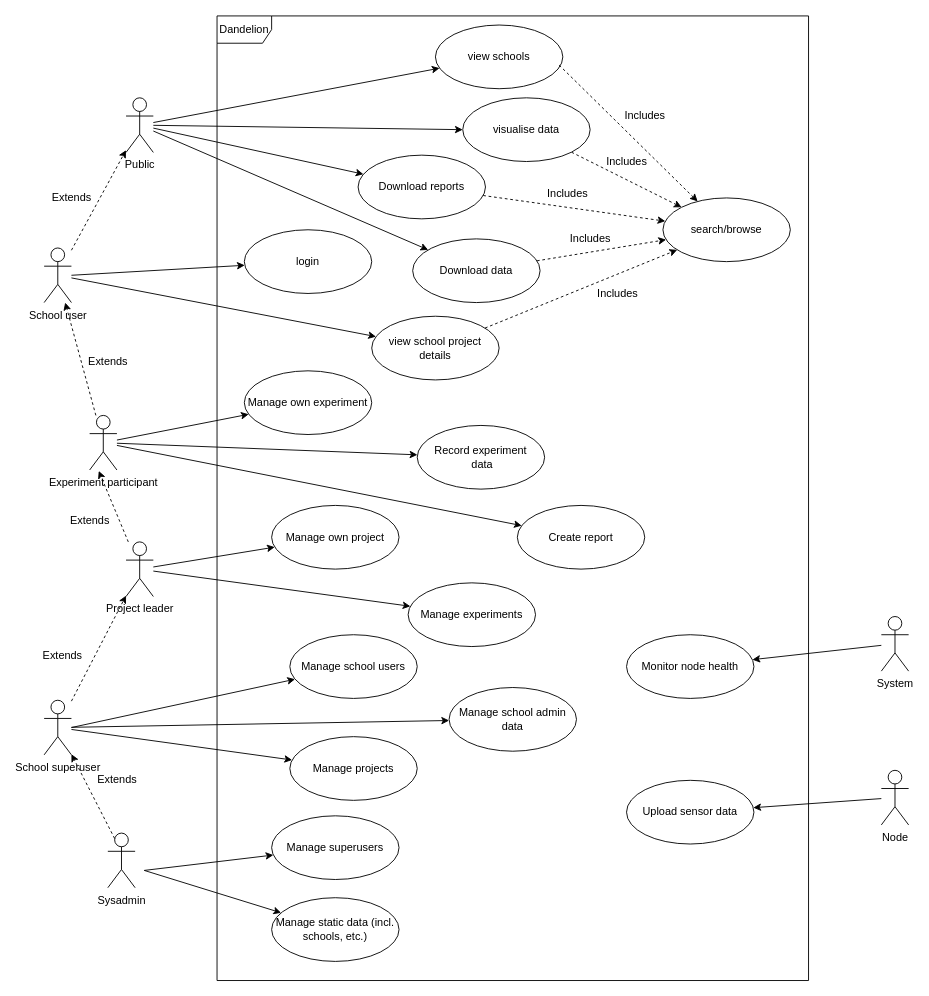
This is Documentation/Use cases.drawio from Dandelion-dev-team/dandelion, a draw.io file, before an edit. Source tidied: cells renumbered, new cells numbered last; positions are measured from the earlier drawing's top-left corner, leaving out a move shared by most shapes. Both pictures are drawn from the tidied source at 91%, with x=0, y=0 at pixel (35, 15).
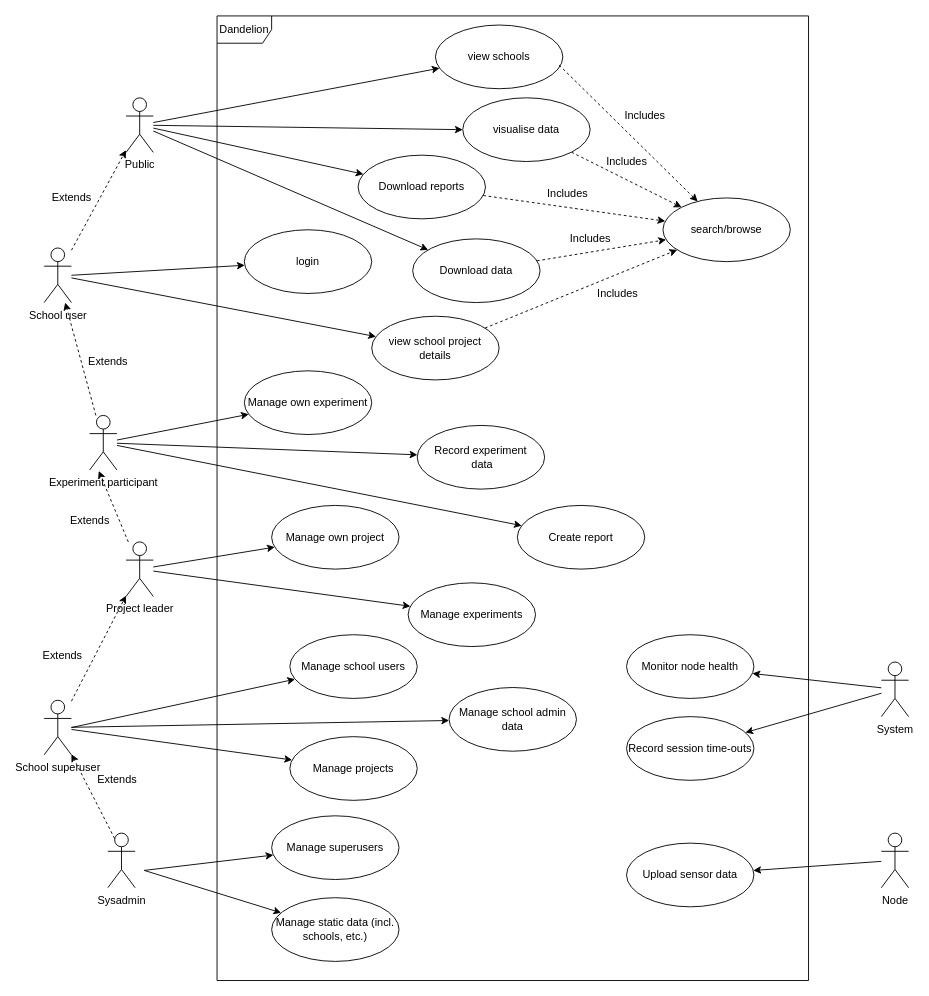
The same diagram, later.

Commit message:
Update Use cases - added session time-out recording

Change to the diagram source:
```diff
@@
     <mxCell id="47" value="System" style="shape=umlActor;verticalLabelPosition=bottom;verticalAlign=top;html=1;" parent="1" vertex="1">
-      <mxGeometry x="930" y="660" width="30" height="60" as="geometry" />
+      <mxGeometry x="930" y="710" width="30" height="60" as="geometry" />
     </mxCell>
     <mxCell id="48" value="Node" style="shape=umlActor;verticalLabelPosition=bottom;verticalAlign=top;html=1;" parent="1" vertex="1">
-      <mxGeometry x="930" y="829" width="30" height="60" as="geometry" />
+      <mxGeometry x="930" y="898" width="30" height="60" as="geometry" />
     </mxCell>
@@
     <mxCell id="50" value="Upload sensor data" style="ellipse;whiteSpace=wrap;html=1;" parent="1" vertex="1">
-      <mxGeometry x="650" y="840" width="140" height="70" as="geometry" />
+      <mxGeometry x="650" y="909" width="140" height="70" as="geometry" />
     </mxCell>
@@
+    <mxCell id="68" value="Record session time-outs" style="ellipse;whiteSpace=wrap;html=1;" parent="1" vertex="1">
+      <mxGeometry x="650" y="770" width="140" height="70" as="geometry" />
+    </mxCell>
+    <mxCell id="69" style="edgeStyle=none;rounded=0;jettySize=auto;html=1;" parent="1" edge="1" source="47" target="68">
+      <mxGeometry relative="1" as="geometry" />
+    </mxCell>
```
